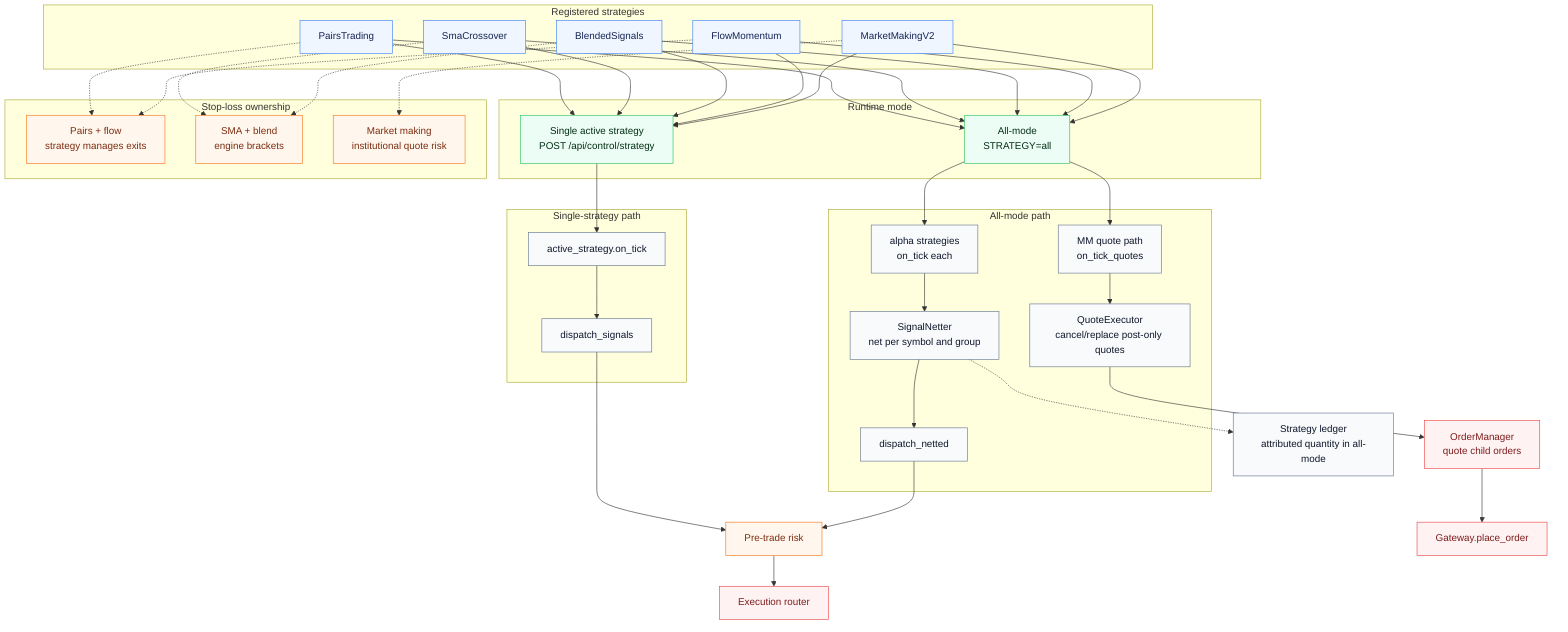
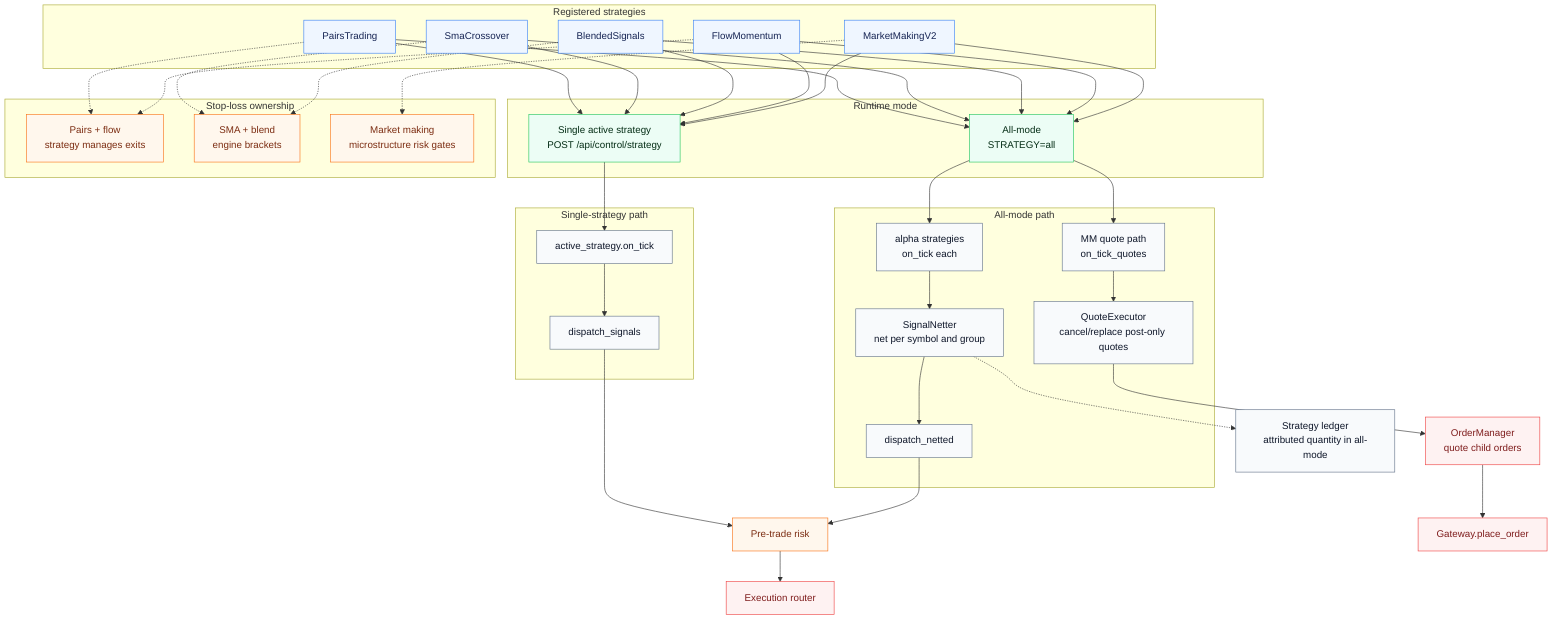
%% Strategy modes and signal routing
flowchart TB
    subgraph Registry["Registered strategies"]
        PAIRS["PairsTrading"]
        SMA["SmaCrossover"]
        BLEND["BlendedSignals"]
        FLOW["FlowMomentum"]
        MM["MarketMakingV2"]
    end

    subgraph Mode["Runtime mode"]
        SINGLE["Single active strategy<br/>POST /api/control/strategy"]
        ALL["All-mode<br/>STRATEGY=all"]
    end

    PAIRS --> SINGLE
    SMA --> SINGLE
    BLEND --> SINGLE
    FLOW --> SINGLE
    MM --> SINGLE
    PAIRS --> ALL
    SMA --> ALL
    BLEND --> ALL
    FLOW --> ALL
    MM --> ALL

    subgraph SinglePath["Single-strategy path"]
        STICK["active_strategy.on_tick"]
        DISPATCH["dispatch_signals"]
        STICK --> DISPATCH
    end

    subgraph AllPath["All-mode path"]
        ATICK["alpha strategies<br/>on_tick each"]
        NETTER["SignalNetter<br/>net per symbol and group"]
        QUOTES["MM quote path<br/>on_tick_quotes"]
        QEXEC["QuoteExecutor<br/>cancel/replace post-only quotes"]
        ATICK --> NETTER
        NETTER --> ADISPATCH["dispatch_netted"]
        QUOTES --> QEXEC
    end

    SINGLE --> STICK
    ALL --> ATICK
    ALL --> QUOTES

    DISPATCH --> RISK["Pre-trade risk"]
    ADISPATCH --> RISK
    RISK --> EXEC["Execution router"]
    QEXEC --> OMS["OrderManager<br/>quote child orders"]
    OMS --> GATEWAY["Gateway.place_order"]

    subgraph RiskOwner["Stop-loss ownership"]
        OWNED["Pairs + flow<br/>strategy manages exits"]
        ENGINE["SMA + blend<br/>engine brackets"]
-         MM_RISK["Market making<br/>institutional quote risk"]
+         MM_RISK["Market making<br/>microstructure risk gates"]
    end

    PAIRS -.-> OWNED
    FLOW -.-> OWNED
    SMA -.-> ENGINE
    BLEND -.-> ENGINE
    MM -.-> MM_RISK

    LEDGER["Strategy ledger<br/>attributed quantity in all-mode"]
    NETTER -.-> LEDGER

    classDef registry fill:#eff6ff,stroke:#3b82f6,color:#172554
    classDef mode fill:#ecfdf5,stroke:#22c55e,color:#052e16
    classDef path fill:#f8fafc,stroke:#64748b,color:#0f172a
    classDef risk fill:#fff7ed,stroke:#f97316,color:#7c2d12
    classDef exec fill:#fef2f2,stroke:#ef4444,color:#7f1d1d

    class PAIRS,SMA,BLEND,FLOW,MM registry
    class SINGLE,ALL mode
    class STICK,DISPATCH,ATICK,NETTER,QUOTES,QEXEC,ADISPATCH,LEDGER path
    class RISK,OWNED,ENGINE,MM_RISK risk
    class EXEC,OMS,GATEWAY exec
